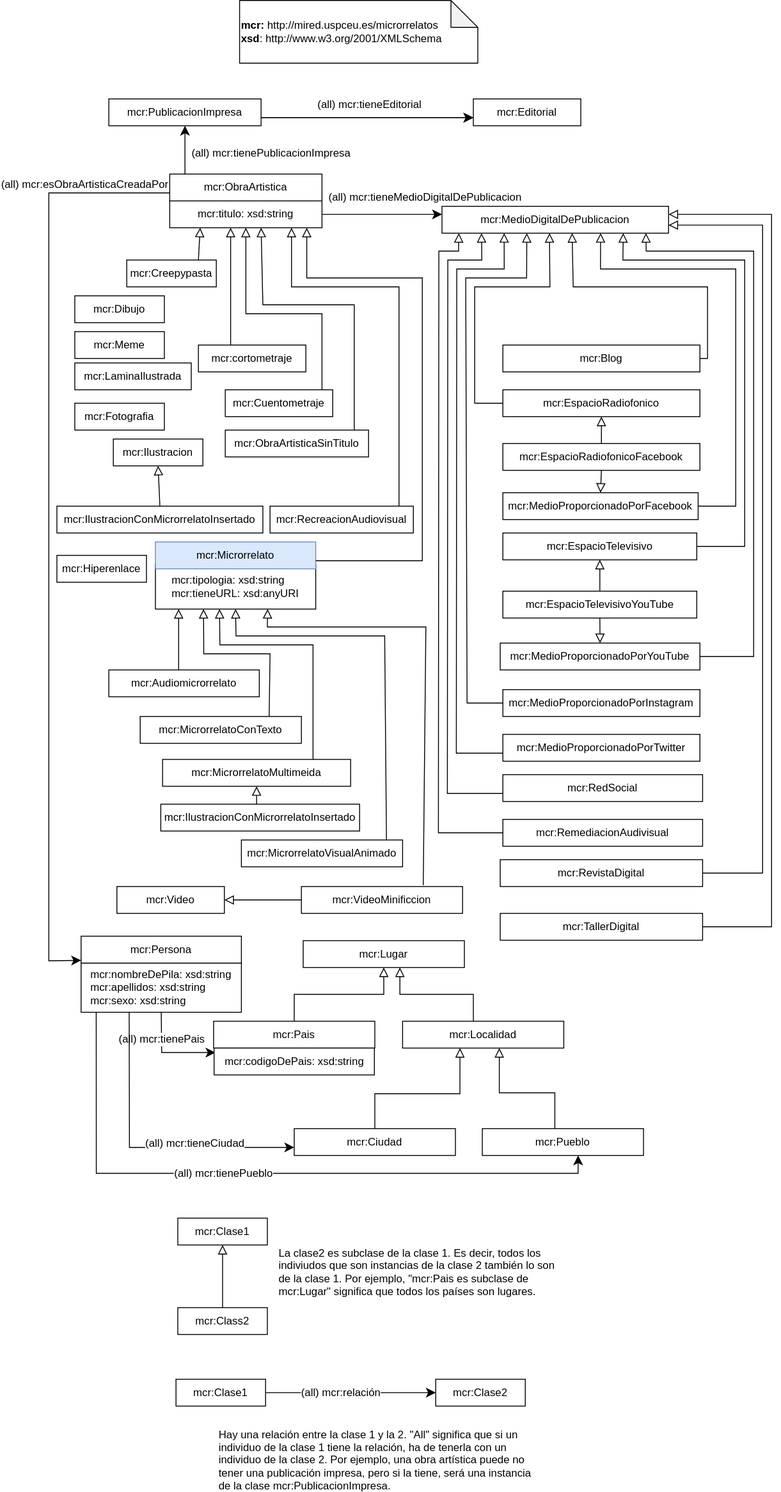
Earlier version of the draw.io export diagramaDeClases.svg (marianofl1971/microrrelatos). Source tidied: cells renumbered, new cells last; positions are measured from the earlier drawing's top-left corner, leaving out a move shared by most shapes.
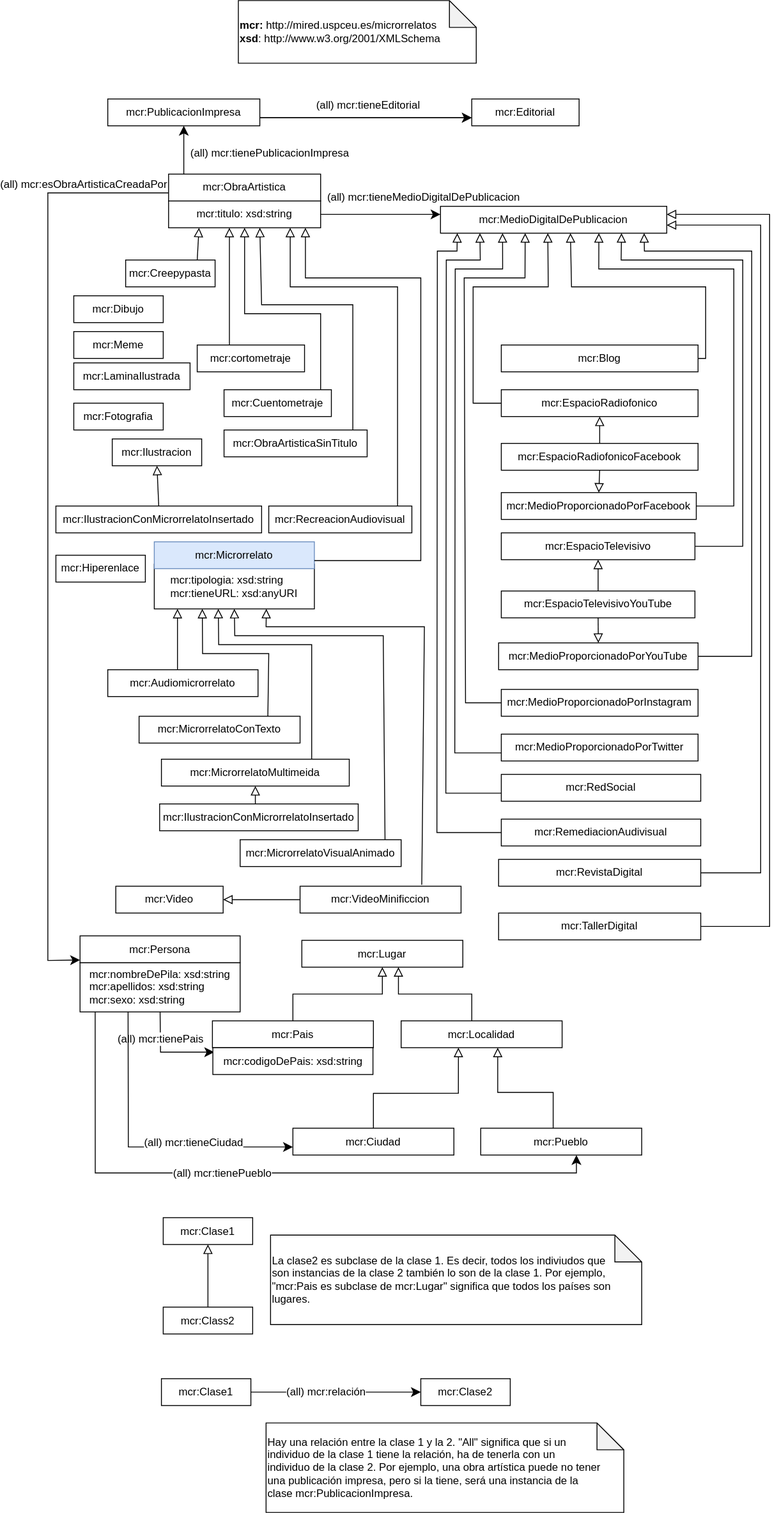
After the commit.

What changed in the source:
```diff
@@ -472,16 +472,13 @@
       <mxGeometry relative="1" as="geometry" />
     </mxCell>
     <mxCell id="100" value="mcr:Clase1" style="rounded=0;whiteSpace=wrap;html=1;snapToPoint=1;points=[[0.1,0],[0.2,0],[0.3,0],[0.4,0],[0.5,0],[0.6,0],[0.7,0],[0.8,0],[0.9,0],[0,0.1],[0,0.3],[0,0.5],[0,0.7],[0,0.9],[0.1,1],[0.2,1],[0.3,1],[0.4,1],[0.5,1],[0.6,1],[0.7,1],[0.8,1],[0.9,1],[1,0.1],[1,0.3],[1,0.5],[1,0.7],[1,0.9]];" parent="1" vertex="1">
-      <mxGeometry x="144" y="1360.5" width="100" height="30" as="geometry" />
+      <mxGeometry x="129" y="1360.5" width="100" height="30" as="geometry" />
     </mxCell>
     <mxCell id="101" value="mcr:Class2" style="rounded=0;whiteSpace=wrap;html=1;snapToPoint=1;points=[[0.1,0],[0.2,0],[0.3,0],[0.4,0],[0.5,0],[0.6,0],[0.7,0],[0.8,0],[0.9,0],[0,0.1],[0,0.3],[0,0.5],[0,0.7],[0,0.9],[0.1,1],[0.2,1],[0.3,1],[0.4,1],[0.5,1],[0.6,1],[0.7,1],[0.8,1],[0.9,1],[1,0.1],[1,0.3],[1,0.5],[1,0.7],[1,0.9]];" parent="1" vertex="1">
-      <mxGeometry x="144" y="1460.5" width="100" height="30" as="geometry" />
+      <mxGeometry x="129" y="1460.5" width="100" height="30" as="geometry" />
     </mxCell>
-    <mxCell id="102" value="La clase2 es subclase de la clase 1. Es decir, todos los indiviudos que son instancias de la clase 2 también lo son de la clase 1. Por ejemplo, &quot;mcr:Pais es subclase de mcr:Lugar&quot; significa que todos los países son lugares." style="text;html=1;strokeColor=none;fillColor=none;align=left;verticalAlign=middle;whiteSpace=wrap;rounded=0;" parent="1" vertex="1">
-      <mxGeometry x="255" y="1410.5" width="321" height="20" as="geometry" />
-    </mxCell>
     <mxCell id="103" value="mcr:Clase2" style="rounded=0;whiteSpace=wrap;html=1;snapToPoint=1;points=[[0.1,0],[0.2,0],[0.3,0],[0.4,0],[0.5,0],[0.6,0],[0.7,0],[0.8,0],[0.9,0],[0,0.1],[0,0.3],[0,0.5],[0,0.7],[0,0.9],[0.1,1],[0.2,1],[0.3,1],[0.4,1],[0.5,1],[0.6,1],[0.7,1],[0.8,1],[0.9,1],[1,0.1],[1,0.3],[1,0.5],[1,0.7],[1,0.9]];" parent="1" vertex="1">
-      <mxGeometry x="432" y="1540.5" width="100" height="30" as="geometry" />
+      <mxGeometry x="417" y="1540.5" width="100" height="30" as="geometry" />
     </mxCell>
     <mxCell id="104" style="endArrow=classic;html=1;exitX=1;exitY=0.5;exitDx=0;exitDy=0;endSize=8;entryX=0;entryY=0.5;entryDx=0;entryDy=0;arcSize=0;" parent="1" edge="1" source="106" target="103">
       <mxGeometry relative="1" as="geometry" />
@@ -490,10 +487,13 @@
       <mxGeometry x="-0.13" relative="1" as="geometry" />
     </mxCell>
     <mxCell id="106" value="mcr:Clase1" style="rounded=0;whiteSpace=wrap;html=1;snapToPoint=1;points=[[0.1,0],[0.2,0],[0.3,0],[0.4,0],[0.5,0],[0.6,0],[0.7,0],[0.8,0],[0.9,0],[0,0.1],[0,0.3],[0,0.5],[0,0.7],[0,0.9],[0.1,1],[0.2,1],[0.3,1],[0.4,1],[0.5,1],[0.6,1],[0.7,1],[0.8,1],[0.9,1],[1,0.1],[1,0.3],[1,0.5],[1,0.7],[1,0.9]];" parent="1" vertex="1">
-      <mxGeometry x="142" y="1540.5" width="100" height="30" as="geometry" />
+      <mxGeometry x="127" y="1540.5" width="100" height="30" as="geometry" />
     </mxCell>
+    <mxCell id="102" value="La clase2 es subclase de la clase 1. Es decir, todos los indiviudos que &lt;br&gt;son instancias de la clase 2 también lo son de la clase 1. Por ejemplo, &lt;br&gt;&quot;mcr:Pais es subclase de mcr:Lugar&quot; significa que todos los países son &lt;br&gt;lugares." style="shape=note;whiteSpace=wrap;html=1;backgroundOutline=1;darkOpacity=0.05;strokeColor=#000000;align=left;" parent="1" vertex="1">
+      <mxGeometry x="249" y="1380" width="415" height="100" as="geometry" />
+    </mxCell>
-    <mxCell id="107" value="Hay una relación entre la clase 1 y la 2. &quot;All&quot; significa que si un individuo de la clase 1 tiene la relación, ha de tenerla con un individuo de la clase 2. Por ejemplo, una obra artística puede no tener una publicación impresa, pero si la tiene, será una instancia de la clase mcr:PublicacionImpresa." style="text;html=1;strokeColor=none;fillColor=none;align=left;verticalAlign=middle;whiteSpace=wrap;rounded=0;" parent="1" vertex="1">
-      <mxGeometry x="188" y="1620.5" width="356" height="20" as="geometry" />
+    <mxCell id="107" value="Hay una relación entre la clase 1 y la 2. &quot;All&quot; significa que si un &lt;br/&gt;individuo de la clase 1 tiene la relación, ha de tenerla con un &lt;br/&gt;individuo de la clase 2. Por ejemplo, una obra artística puede no tener &lt;br/&gt;una publicación impresa, pero si la tiene, será una instancia de la &lt;br/&gt;clase mcr:PublicacionImpresa." style="shape=note;whiteSpace=wrap;html=1;backgroundOutline=1;darkOpacity=0.05;strokeColor=#000000;align=left;" parent="1" vertex="1">
+      <mxGeometry x="244" y="1590" width="400" height="100" as="geometry" />
     </mxCell>
   </root>
 </mxGraphModel>
```
